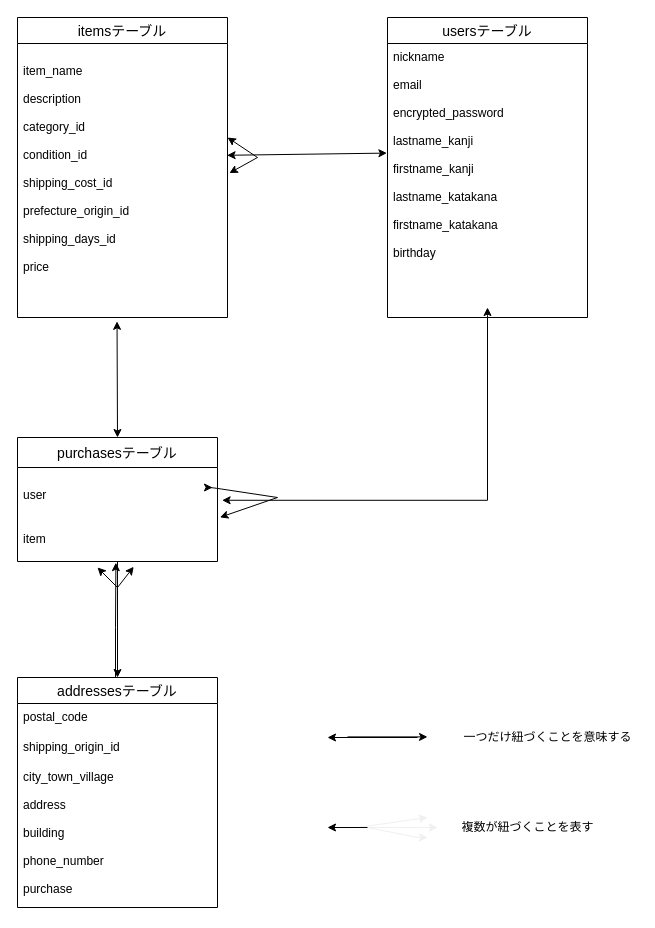
Earlier version of the draw.io diagram table.dio (javelin-ken/furima-34869). Source tidied: cells renumbered, new cells numbered last; positions are measured from the earlier drawing's top-left corner, leaving out a move shared by most shapes. Both pictures are drawn from the tidied source at 100%, with x=0, y=0 at pixel (17, 17).
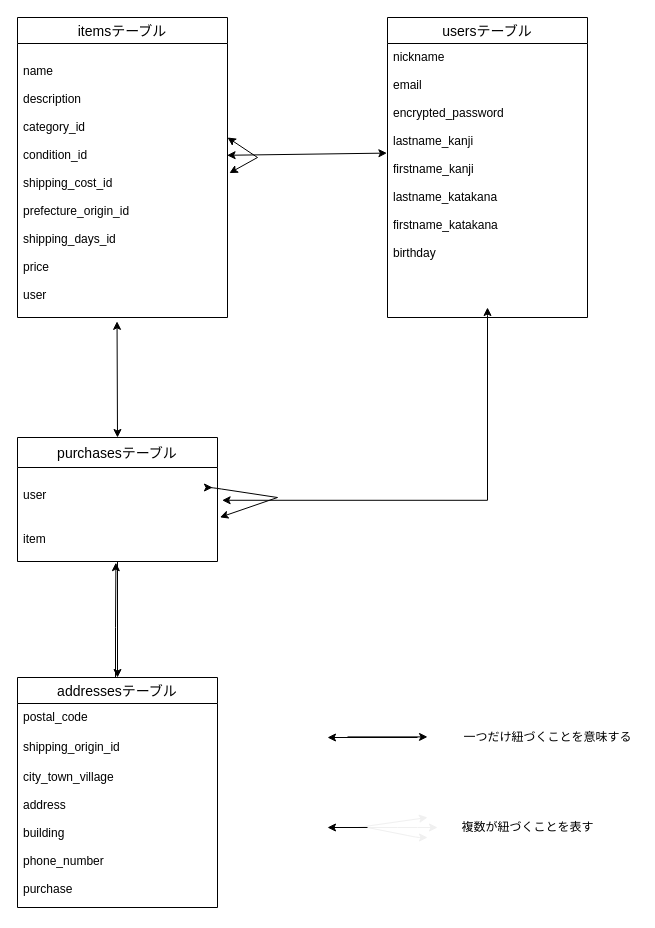
The same diagram, later.

Commit message (it also covers changes not shown here):
READMEの修正とER図の修正２

Unchanged cells that the change refers to:
```xml
<mxCell id="5" value="itemsテーブル" style="swimlane;fontStyle=0;horizontal=1;startSize=26;align=center;fontSize=14;" parent="1" vertex="1">
  <mxGeometry width="210" height="300" as="geometry" />
</mxCell>
<mxCell id="10" value="&#10;item" style="text;strokeColor=none;fillColor=none;spacingLeft=4;spacingRight=4;overflow=hidden;points=[[0,0.5],[1,0.5]];portConstraint=eastwest;fontSize=12;" parent="8" vertex="1">
  <mxGeometry y="74" width="200" height="50" as="geometry" />
</mxCell>
```

The edit, as a diff of the source:
```diff
@@
-    <mxCell id="6" value="&#10;item_name&#10;&#10;description&#10;&#10;category_id&#10;&#10;condition_id&#10;&#10;shipping_cost_id&#10;&#10;prefecture_origin_id&#10;&#10;shipping_days_id&#10;&#10;price&#10;" style="text;strokeColor=none;fillColor=none;spacingLeft=4;spacingRight=4;overflow=hidden;points=[[0,0.5],[1,0.5]];portConstraint=eastwest;fontSize=12;" parent="5" vertex="1">
+    <mxCell id="6" value="&#10;name&#10;&#10;description&#10;&#10;category_id&#10;&#10;condition_id&#10;&#10;shipping_cost_id&#10;&#10;prefecture_origin_id&#10;&#10;shipping_days_id&#10;&#10;price&#10;&#10;user&#10;" style="text;strokeColor=none;fillColor=none;spacingLeft=4;spacingRight=4;overflow=hidden;points=[[0,0.5],[1,0.5]];portConstraint=eastwest;fontSize=12;" parent="5" vertex="1">
       <mxGeometry y="26" width="210" height="274" as="geometry" />
     </mxCell>
@@
-    <mxCell id="24" style="endArrow=classic;html=1;entryX=0.581;entryY=1.105;entryDx=0;entryDy=0;entryPerimeter=0;" parent="1" edge="1" target="10">
-      <mxGeometry relative="1" as="geometry">
-        <mxPoint x="100" y="570" as="sourcePoint" />
-      </mxGeometry>
-    </mxCell>
-    <mxCell id="25" style="endArrow=classic;html=1;" parent="1" edge="1">
-      <mxGeometry relative="1" as="geometry">
-        <mxPoint x="100" y="570" as="sourcePoint" />
-        <mxPoint x="80" y="550" as="targetPoint" />
-      </mxGeometry>
-    </mxCell>
```
